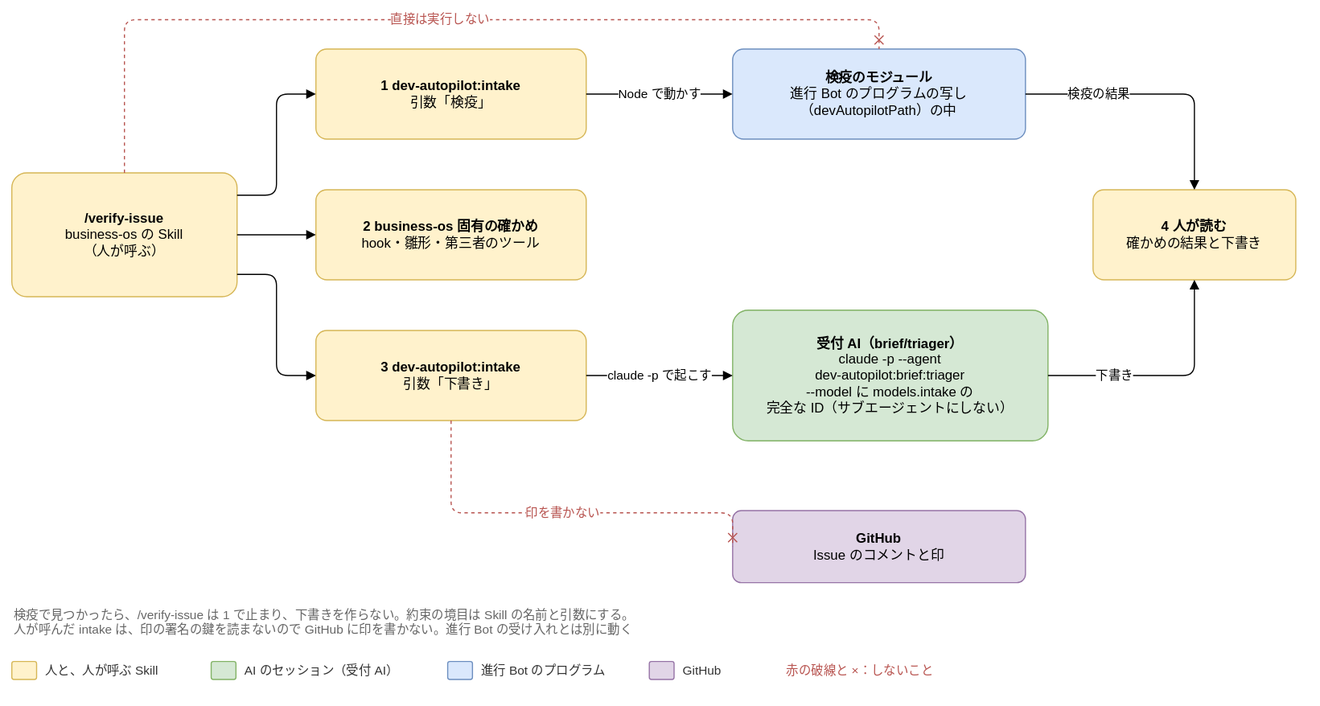
The draw.io diagram docs/design/basic/diagrams/03-human-intake.drawio.svg in Joymerrevent/dev-autopilot, before a commit. Source tidied: cells renumbered, new cells last; positions are measured from the earlier drawing's top-left corner, leaving out a move shared by most shapes.
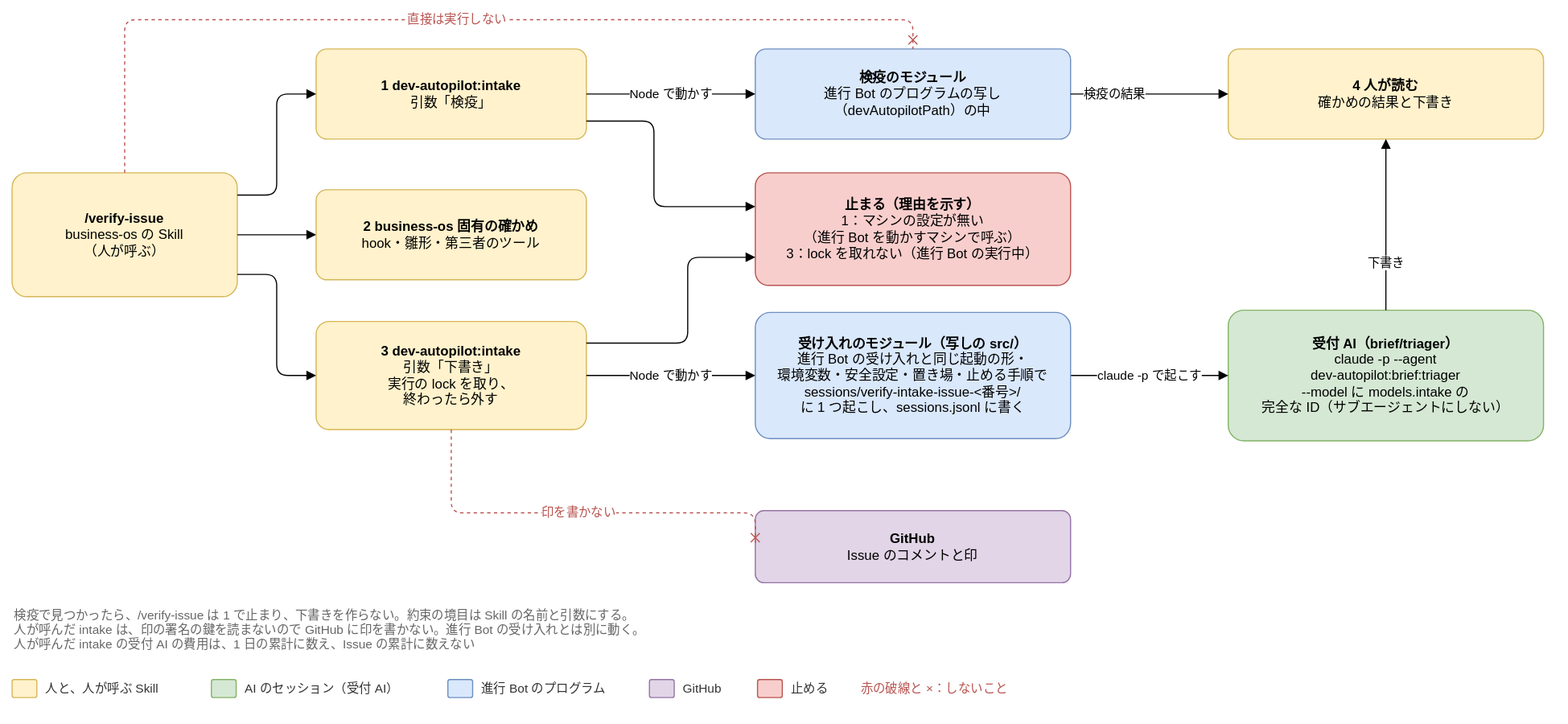
Later version of the same file.

Change to the diagram source:
```diff
@@ -11,20 +11,20 @@
     <mxCell id="4" value="&lt;b&gt;2 business-os 固有の確かめ&lt;/b&gt;&lt;br&gt;hook・雛形・第三者のツール" style="rounded=1;whiteSpace=wrap;html=1;fontSize=12;arcSize=12;spacing=12;fillColor=#fff2cc;strokeColor=#d6b656;" parent="1" vertex="1">
       <mxGeometry x="270" y="151" width="240" height="80" as="geometry" />
     </mxCell>
-    <mxCell id="5" value="&lt;b&gt;3 dev-autopilot:intake&lt;/b&gt;&lt;br&gt;引数「下書き」" style="rounded=1;whiteSpace=wrap;html=1;fontSize=12;arcSize=12;spacing=12;fillColor=#fff2cc;strokeColor=#d6b656;" parent="1" vertex="1">
-      <mxGeometry x="270" y="276" width="240" height="80" as="geometry" />
+    <mxCell id="5" value="&lt;b&gt;3 dev-autopilot:intake&lt;/b&gt;&lt;br&gt;引数「下書き」&lt;br&gt;実行の lock を取り、&lt;br&gt;終わったら外す" style="rounded=1;whiteSpace=wrap;html=1;fontSize=12;arcSize=12;spacing=12;fillColor=#fff2cc;strokeColor=#d6b656;" parent="1" vertex="1">
+      <mxGeometry x="270" y="268" width="240" height="96" as="geometry" />
     </mxCell>
     <mxCell id="6" value="&lt;b&gt;検疫のモジュール&lt;/b&gt;&lt;br&gt;進行 Bot のプログラムの写し&lt;br&gt;（devAutopilotPath）の中" style="rounded=1;whiteSpace=wrap;html=1;fontSize=12;arcSize=12;spacing=12;fillColor=#dae8fc;strokeColor=#6c8ebf;" parent="1" vertex="1">
-      <mxGeometry x="640" y="26" width="260" height="80" as="geometry" />
+      <mxGeometry x="660" y="26" width="280" height="80" as="geometry" />
     </mxCell>
     <mxCell id="7" value="&lt;b&gt;受付 AI（brief/triager）&lt;/b&gt;&lt;br&gt;claude -p --agent&lt;br&gt;dev-autopilot:brief:triager&lt;br&gt;--model に models.intake の&lt;br&gt;完全な ID（サブエージェントにしない）" style="rounded=1;whiteSpace=wrap;html=1;fontSize=12;arcSize=12;spacing=12;fillColor=#d5e8d4;strokeColor=#82b366;" parent="1" vertex="1">
-      <mxGeometry x="640" y="258" width="280" height="116" as="geometry" />
+      <mxGeometry x="1080" y="258" width="280" height="116" as="geometry" />
     </mxCell>
     <mxCell id="8" value="&lt;b&gt;4 人が読む&lt;/b&gt;&lt;br&gt;確かめの結果と下書き" style="rounded=1;whiteSpace=wrap;html=1;fontSize=12;arcSize=12;spacing=12;fillColor=#fff2cc;strokeColor=#d6b656;" parent="1" vertex="1">
-      <mxGeometry x="960" y="151" width="180" height="80" as="geometry" />
+      <mxGeometry x="1080" y="26" width="280" height="80" as="geometry" />
     </mxCell>
     <mxCell id="9" value="&lt;b&gt;GitHub&lt;/b&gt;&lt;br&gt;Issue のコメントと印" style="rounded=1;whiteSpace=wrap;html=1;fontSize=12;arcSize=12;spacing=12;fillColor=#e1d5e7;strokeColor=#9673a6;" parent="1" vertex="1">
-      <mxGeometry x="640" y="436" width="260" height="64" as="geometry" />
+      <mxGeometry x="660" y="436" width="280" height="64" as="geometry" />
     </mxCell>
     <mxCell id="10" style="edgeStyle=orthogonalEdgeStyle;rounded=1;html=1;endArrow=block;endFill=1;fontSize=11;labelBackgroundColor=#ffffff;exitX=1;exitY=0.18;exitDx=0;exitDy=0;entryX=0;entryY=0.5;entryDx=0;entryDy=0;" parent="1" edge="1" source="2" target="3">
       <mxGeometry relative="1" as="geometry" />
@@ -38,20 +38,20 @@
     <mxCell id="13" value="Node で動かす" style="edgeStyle=orthogonalEdgeStyle;rounded=1;html=1;endArrow=block;endFill=1;fontSize=11;labelBackgroundColor=#ffffff;exitX=1;exitY=0.5;exitDx=0;exitDy=0;entryX=0;entryY=0.5;entryDx=0;entryDy=0;" parent="1" edge="1" source="3" target="6">
       <mxGeometry relative="1" as="geometry" />
     </mxCell>
-    <mxCell id="14" value="claude -p で起こす" style="edgeStyle=orthogonalEdgeStyle;rounded=1;html=1;endArrow=block;endFill=1;fontSize=11;labelBackgroundColor=#ffffff;exitX=1;exitY=0.5;exitDx=0;exitDy=0;entryX=0;entryY=0.5;entryDx=0;entryDy=0;" parent="1" edge="1" source="5" target="7">
+    <mxCell id="14" value="claude -p で起こす" style="edgeStyle=orthogonalEdgeStyle;rounded=1;html=1;endArrow=block;endFill=1;fontSize=11;labelBackgroundColor=#ffffff;exitX=1;exitY=0.5;exitDx=0;exitDy=0;entryX=0;entryY=0.5;entryDx=0;entryDy=0;" parent="1" edge="1" source="30" target="7">
       <mxGeometry relative="1" as="geometry" />
     </mxCell>
-    <mxCell id="15" value="検疫の結果" style="edgeStyle=orthogonalEdgeStyle;rounded=1;html=1;endArrow=block;endFill=1;fontSize=11;labelBackgroundColor=#ffffff;exitX=1;exitY=0.5;exitDx=0;exitDy=0;entryX=0.5;entryY=0;entryDx=0;entryDy=0;" parent="1" edge="1" source="6" target="8">
+    <mxCell id="15" value="検疫の結果" style="edgeStyle=orthogonalEdgeStyle;rounded=1;html=1;endArrow=block;endFill=1;fontSize=11;labelBackgroundColor=#ffffff;exitX=1;exitY=0.5;exitDx=0;exitDy=0;entryX=0;entryY=0.5;entryDx=0;entryDy=0;" parent="1" edge="1" source="6" target="8">
       <mxGeometry x="-0.45" relative="1" as="geometry" />
     </mxCell>
-    <mxCell id="16" value="下書き" style="edgeStyle=orthogonalEdgeStyle;rounded=1;html=1;endArrow=block;endFill=1;fontSize=11;labelBackgroundColor=#ffffff;exitX=1;exitY=0.5;exitDx=0;exitDy=0;entryX=0.5;entryY=1;entryDx=0;entryDy=0;" parent="1" edge="1" source="7" target="8">
+    <mxCell id="16" value="下書き" style="edgeStyle=orthogonalEdgeStyle;rounded=1;html=1;endArrow=block;endFill=1;fontSize=11;labelBackgroundColor=#ffffff;exitX=0.5;exitY=0;exitDx=0;exitDy=0;entryX=0.5;entryY=1;entryDx=0;entryDy=0;" parent="1" edge="1" source="7" target="8">
       <mxGeometry x="-0.45" relative="1" as="geometry" />
     </mxCell>
     <mxCell id="17" value="直接は実行しない" style="edgeStyle=orthogonalEdgeStyle;rounded=1;html=1;endArrow=block;endFill=1;fontSize=11;labelBackgroundColor=#ffffff;dashed=1;strokeColor=#b85450;fontColor=#b85450;endArrow=cross;endFill=0;exitX=0.5;exitY=0;exitDx=0;exitDy=0;entryX=0.5;entryY=0;entryDx=0;entryDy=0;" parent="1" edge="1" source="2" target="6">
       <mxGeometry relative="1" as="geometry">
         <Array as="points">
           <mxPoint x="100" />
-          <mxPoint x="770" />
+          <mxPoint x="800" />
         </Array>
       </mxGeometry>
     </mxCell>
@@ -62,35 +62,66 @@
         </Array>
       </mxGeometry>
     </mxCell>
-    <mxCell id="19" value="検疫で見つかったら、/verify-issue は 1 で止まり、下書きを作らない。約束の境目は Skill の名前と引数にする。&lt;br&gt;人が呼んだ intake は、印の署名の鍵を読まないので GitHub に印を書かない。進行 Bot の受け入れとは別に動く" style="text;html=1;whiteSpace=wrap;align=left;verticalAlign=top;fontSize=11;fontColor=#666666;" parent="1" vertex="1">
-      <mxGeometry y="516" width="1140" height="36" as="geometry" />
+    <mxCell id="19" value="検疫で見つかったら、/verify-issue は 1 で止まり、下書きを作らない。約束の境目は Skill の名前と引数にする。&lt;br&gt;人が呼んだ intake は、印の署名の鍵を読まないので GitHub に印を書かない。進行 Bot の受け入れとは別に動く。&lt;br&gt;人が呼んだ intake の受付 AI の費用は、1 日の累計に数え、Issue の累計に数えない" style="text;html=1;whiteSpace=wrap;align=left;verticalAlign=top;fontSize=11;fontColor=#666666;" parent="1" vertex="1">
+      <mxGeometry y="516" width="1360" height="52" as="geometry" />
     </mxCell>
     <mxCell id="20" value="赤の破線と ×：しないこと" style="text;html=1;align=left;verticalAlign=middle;fontSize=11;fontColor=#333333;fontColor=#b85450;" parent="1" vertex="1">
-      <mxGeometry x="686" y="568" width="200" height="20" as="geometry" />
+      <mxGeometry x="752" y="584" width="200" height="20" as="geometry" />
     </mxCell>
+    <mxCell id="29" value="&lt;b&gt;止まる（理由を示す）&lt;/b&gt;&lt;br&gt;1：マシンの設定が無い&lt;br&gt;（進行 Bot を動かすマシンで呼ぶ）&lt;br&gt;3：lock を取れない（進行 Bot の実行中）" style="rounded=1;whiteSpace=wrap;html=1;fontSize=12;arcSize=12;spacing=12;fillColor=#f8cecc;strokeColor=#b85450;" parent="1" vertex="1">
+      <mxGeometry x="660" y="136" width="280" height="100" as="geometry" />
+    </mxCell>
+    <mxCell id="30" value="&lt;b&gt;受け入れのモジュール（写しの src/）&lt;/b&gt;&lt;br&gt;進行 Bot の受け入れと同じ起動の形・&lt;br&gt;環境変数・安全設定・置き場・止める手順で&lt;br&gt;sessions/verify-intake-issue-&amp;lt;番号&amp;gt;/&lt;br&gt;に 1 つ起こし、sessions.jsonl に書く" style="rounded=1;whiteSpace=wrap;html=1;fontSize=12;arcSize=12;spacing=12;fillColor=#dae8fc;strokeColor=#6c8ebf;" parent="1" vertex="1">
+      <mxGeometry x="660" y="260" width="280" height="112" as="geometry" />
+    </mxCell>
+    <mxCell id="31" value="Node で動かす" style="edgeStyle=orthogonalEdgeStyle;rounded=1;html=1;endArrow=block;endFill=1;fontSize=11;labelBackgroundColor=#ffffff;exitX=1;exitY=0.5;exitDx=0;exitDy=0;entryX=0;entryY=0.5;entryDx=0;entryDy=0;" parent="1" edge="1" source="5" target="30">
+      <mxGeometry relative="1" as="geometry" />
+    </mxCell>
+    <mxCell id="32" style="edgeStyle=orthogonalEdgeStyle;rounded=1;html=1;endArrow=block;endFill=1;fontSize=11;labelBackgroundColor=#ffffff;exitX=1;exitY=0.8;exitDx=0;exitDy=0;entryX=0;entryY=0.3;entryDx=0;entryDy=0;" parent="1" edge="1" source="3" target="29">
+      <mxGeometry relative="1" as="geometry">
+        <Array as="points">
+          <mxPoint x="570" y="90" />
+          <mxPoint x="570" y="166" />
+        </Array>
+      </mxGeometry>
+    </mxCell>
+    <mxCell id="33" style="edgeStyle=orthogonalEdgeStyle;rounded=1;html=1;endArrow=block;endFill=1;fontSize=11;labelBackgroundColor=#ffffff;exitX=1;exitY=0.2;exitDx=0;exitDy=0;entryX=0;entryY=0.75;entryDx=0;entryDy=0;" parent="1" edge="1" source="5" target="29">
+      <mxGeometry relative="1" as="geometry">
+        <Array as="points">
+          <mxPoint x="600" y="287" />
+          <mxPoint x="600" y="211" />
+        </Array>
+      </mxGeometry>
+    </mxCell>
     <mxCell id="21" style="rounded=1;whiteSpace=wrap;html=1;fontSize=12;arcSize=12;spacing=12;fillColor=#fff2cc;strokeColor=#d6b656;" parent="1" vertex="1">
-      <mxGeometry y="570" width="22" height="16" as="geometry" />
+      <mxGeometry y="586" width="22" height="16" as="geometry" />
     </mxCell>
     <mxCell id="22" value="人と、人が呼ぶ Skill" style="text;html=1;align=left;verticalAlign=middle;fontSize=11;fontColor=#333333;" parent="1" vertex="1">
-      <mxGeometry x="28" y="568" width="133" height="20" as="geometry" />
+      <mxGeometry x="28" y="584" width="133" height="20" as="geometry" />
     </mxCell>
     <mxCell id="23" style="rounded=1;whiteSpace=wrap;html=1;fontSize=12;arcSize=12;spacing=12;fillColor=#d5e8d4;strokeColor=#82b366;" parent="1" vertex="1">
-      <mxGeometry x="177" y="570" width="22" height="16" as="geometry" />
+      <mxGeometry x="177" y="586" width="22" height="16" as="geometry" />
     </mxCell>
     <mxCell id="24" value="AI のセッション（受付 AI）" style="text;html=1;align=left;verticalAlign=middle;fontSize=11;fontColor=#333333;" parent="1" vertex="1">
-      <mxGeometry x="205" y="568" width="166" height="20" as="geometry" />
+      <mxGeometry x="205" y="584" width="166" height="20" as="geometry" />
     </mxCell>
     <mxCell id="25" style="rounded=1;whiteSpace=wrap;html=1;fontSize=12;arcSize=12;spacing=12;fillColor=#dae8fc;strokeColor=#6c8ebf;" parent="1" vertex="1">
-      <mxGeometry x="387" y="570" width="22" height="16" as="geometry" />
+      <mxGeometry x="387" y="586" width="22" height="16" as="geometry" />
     </mxCell>
     <mxCell id="26" value="進行 Bot のプログラム" style="text;html=1;align=left;verticalAlign=middle;fontSize=11;fontColor=#333333;" parent="1" vertex="1">
-      <mxGeometry x="415" y="568" width="135" height="20" as="geometry" />
+      <mxGeometry x="415" y="584" width="135" height="20" as="geometry" />
     </mxCell>
     <mxCell id="27" style="rounded=1;whiteSpace=wrap;html=1;fontSize=12;arcSize=12;spacing=12;fillColor=#e1d5e7;strokeColor=#9673a6;" parent="1" vertex="1">
-      <mxGeometry x="566" y="570" width="22" height="16" as="geometry" />
+      <mxGeometry x="566" y="586" width="22" height="16" as="geometry" />
     </mxCell>
     <mxCell id="28" value="GitHub" style="text;html=1;align=left;verticalAlign=middle;fontSize=11;fontColor=#333333;" parent="1" vertex="1">
-      <mxGeometry x="594" y="568" width="52" height="20" as="geometry" />
+      <mxGeometry x="594" y="584" width="52" height="20" as="geometry" />
     </mxCell>
+    <mxCell id="34" style="rounded=1;whiteSpace=wrap;html=1;fontSize=12;arcSize=12;spacing=12;fillColor=#f8cecc;strokeColor=#b85450;" parent="1" vertex="1">
+      <mxGeometry x="662" y="586" width="22" height="16" as="geometry" />
+    </mxCell>
+    <mxCell id="35" value="止める" style="text;html=1;align=left;verticalAlign=middle;fontSize=11;fontColor=#333333;" parent="1" vertex="1">
+      <mxGeometry x="690" y="584" width="46" height="20" as="geometry" />
+    </mxCell>
   </root>
 </mxGraphModel>
```
